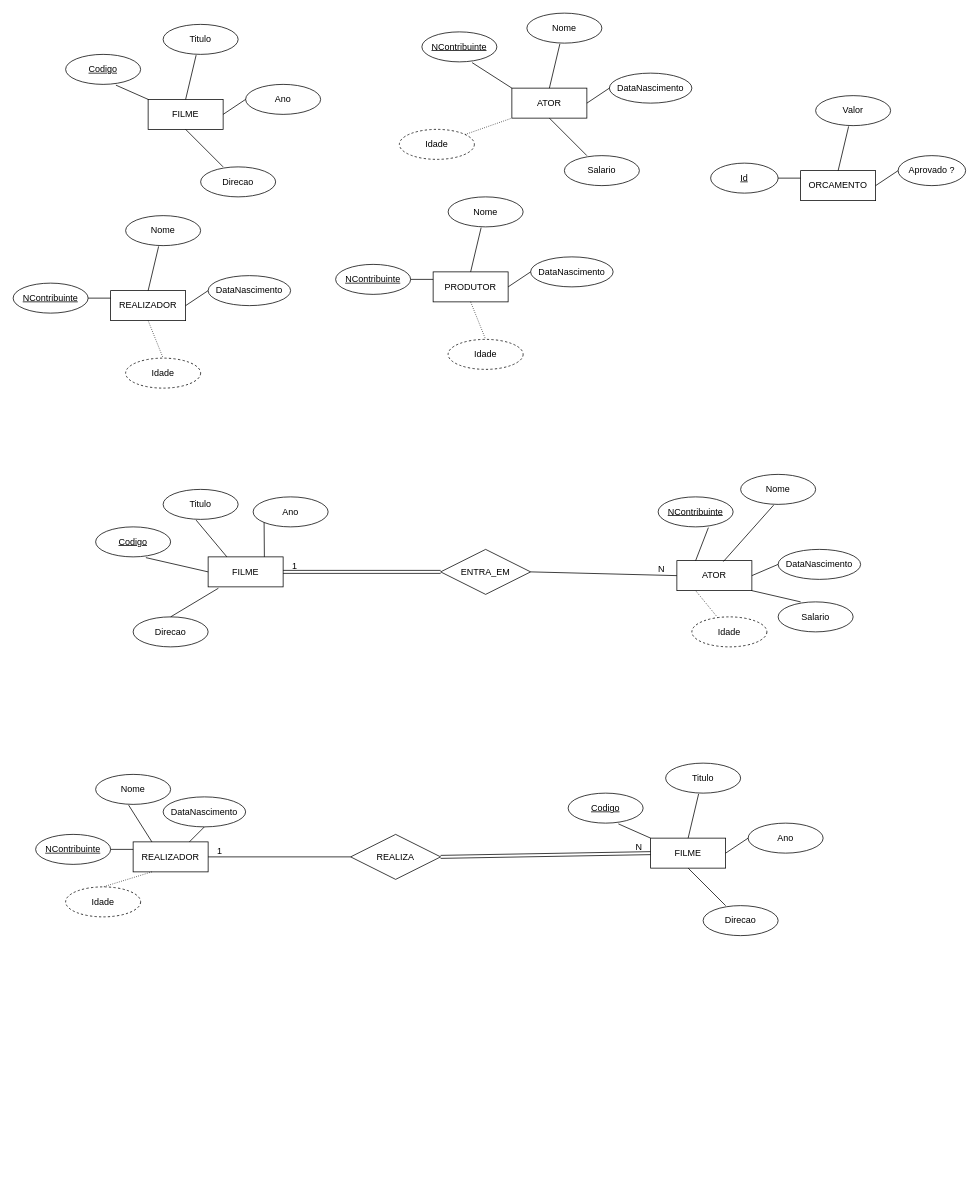
VascoMatos/diagramas keeps this draw.io diagram as DiagramaFilme.drawio. Above is the earlier version. Source tidied: cells renumbered, new cells numbered last; positions are measured from the earlier drawing's top-left corner, leaving out a move shared by most shapes. Both pictures are drawn from the tidied source at 75%, with x=0, y=0 at pixel (13, 13).
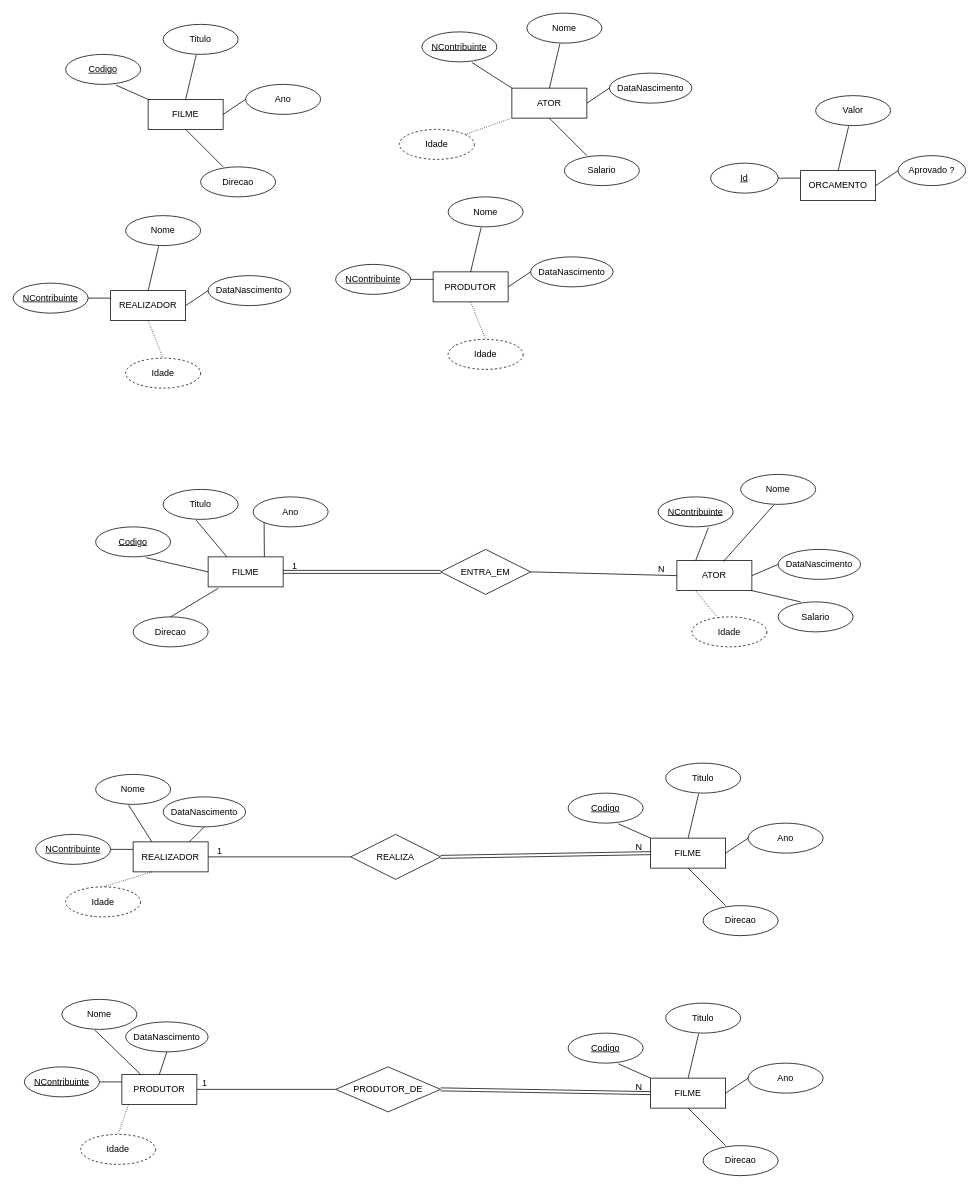
The same page after the edit.

Change to the diagram source:
```diff
@@
+    <mxCell id="95" value="PRODUTOR" style="whiteSpace=wrap;html=1;align=center;" parent="1" vertex="1">
+      <mxGeometry x="145" y="1415" width="100" height="40" as="geometry" />
+    </mxCell>
+    <mxCell id="96" value="Nome" style="ellipse;whiteSpace=wrap;html=1;align=center;" parent="1" vertex="1">
+      <mxGeometry x="65" y="1315" width="100" height="40" as="geometry" />
+    </mxCell>
+    <mxCell id="97" value="DataNascimento" style="ellipse;whiteSpace=wrap;html=1;align=center;" parent="1" vertex="1">
+      <mxGeometry x="150" y="1345" width="110" height="40" as="geometry" />
+    </mxCell>
+    <mxCell id="98" value="NContribuinte" style="ellipse;whiteSpace=wrap;html=1;align=center;fontStyle=4;" parent="1" vertex="1">
+      <mxGeometry x="15" y="1405" width="100" height="40" as="geometry" />
+    </mxCell>
+    <mxCell id="99" style="endArrow=none;html=1;rounded=0;exitX=1;exitY=0.5;exitDx=0;exitDy=0;entryX=0;entryY=0.25;entryDx=0;entryDy=0;" parent="1" edge="1" source="98" target="95">
+      <mxGeometry relative="1" as="geometry" />
+    </mxCell>
+    <mxCell id="100" style="endArrow=none;html=1;rounded=0;exitX=0.25;exitY=0;exitDx=0;exitDy=0;entryX=0.44;entryY=1.025;entryDx=0;entryDy=0;entryPerimeter=0;" parent="1" edge="1" source="95" target="96">
+      <mxGeometry relative="1" as="geometry" />
+    </mxCell>
+    <mxCell id="101" style="endArrow=none;html=1;rounded=0;exitX=0.5;exitY=0;exitDx=0;exitDy=0;entryX=0.5;entryY=1;entryDx=0;entryDy=0;" parent="1" edge="1" source="95" target="97">
+      <mxGeometry relative="1" as="geometry" />
+    </mxCell>
+    <mxCell id="102" value="Idade" style="ellipse;whiteSpace=wrap;html=1;align=center;dashed=1;" parent="1" vertex="1">
+      <mxGeometry x="90" y="1495" width="100" height="40" as="geometry" />
+    </mxCell>
+    <mxCell id="103" style="endArrow=none;html=1;rounded=0;dashed=1;dashPattern=1 2;entryX=0.5;entryY=0;entryDx=0;entryDy=0;exitX=0.087;exitY=1.017;exitDx=0;exitDy=0;exitPerimeter=0;" parent="1" edge="1" source="95" target="102">
+      <mxGeometry relative="1" as="geometry" />
+    </mxCell>
+    <mxCell id="104" value="PRODUTOR_DE" style="shape=rhombus;perimeter=rhombusPerimeter;whiteSpace=wrap;html=1;align=center;" parent="1" vertex="1">
+      <mxGeometry x="430" y="1405" width="140" height="60" as="geometry" />
+    </mxCell>
+    <mxCell id="105" style="endArrow=none;html=1;rounded=0;entryX=0;entryY=0.5;entryDx=0;entryDy=0;exitX=1;exitY=0.5;exitDx=0;exitDy=0;" parent="1" edge="1" source="95" target="104">
+      <mxGeometry relative="1" as="geometry" />
+    </mxCell>
+    <mxCell id="106" value="1" style="html=1;whiteSpace=wrap;align=right;verticalAlign=bottom;" parent="105" vertex="1">
+      <mxGeometry x="1" relative="1" as="geometry">
+        <mxPoint x="-170" as="offset" />
+      </mxGeometry>
+    </mxCell>
+    <mxCell id="107" value="FILME" style="whiteSpace=wrap;html=1;align=center;" parent="1" vertex="1">
+      <mxGeometry x="850" y="1420" width="100" height="40" as="geometry" />
+    </mxCell>
+    <mxCell id="108" value="Titulo" style="ellipse;whiteSpace=wrap;html=1;align=center;" parent="1" vertex="1">
+      <mxGeometry x="870" y="1320" width="100" height="40" as="geometry" />
+    </mxCell>
+    <mxCell id="109" value="Ano" style="ellipse;whiteSpace=wrap;html=1;align=center;" parent="1" vertex="1">
+      <mxGeometry x="980" y="1400" width="100" height="40" as="geometry" />
+    </mxCell>
+    <mxCell id="110" value="Direcao" style="ellipse;whiteSpace=wrap;html=1;align=center;" parent="1" vertex="1">
+      <mxGeometry x="920" y="1510" width="100" height="40" as="geometry" />
+    </mxCell>
+    <mxCell id="111" value="Codigo" style="ellipse;whiteSpace=wrap;html=1;align=center;fontStyle=4;" parent="1" vertex="1">
+      <mxGeometry x="740" y="1360" width="100" height="40" as="geometry" />
+    </mxCell>
+    <mxCell id="112" style="endArrow=none;html=1;rounded=0;exitX=0.67;exitY=1.025;exitDx=0;exitDy=0;exitPerimeter=0;entryX=0;entryY=0;entryDx=0;entryDy=0;" parent="1" edge="1" source="111" target="107">
+      <mxGeometry relative="1" as="geometry" />
+    </mxCell>
+    <mxCell id="113" style="endArrow=none;html=1;rounded=0;exitX=0.5;exitY=0;exitDx=0;exitDy=0;entryX=0.44;entryY=1.025;entryDx=0;entryDy=0;entryPerimeter=0;" parent="1" edge="1" source="107" target="108">
+      <mxGeometry relative="1" as="geometry" />
+    </mxCell>
+    <mxCell id="114" style="endArrow=none;html=1;rounded=0;exitX=1;exitY=0.5;exitDx=0;exitDy=0;entryX=0;entryY=0.5;entryDx=0;entryDy=0;" parent="1" edge="1" source="107" target="109">
+      <mxGeometry relative="1" as="geometry" />
+    </mxCell>
+    <mxCell id="115" style="endArrow=none;html=1;rounded=0;exitX=0.5;exitY=1;exitDx=0;exitDy=0;entryX=0.3;entryY=0;entryDx=0;entryDy=0;entryPerimeter=0;" parent="1" edge="1" source="107" target="110">
+      <mxGeometry relative="1" as="geometry" />
+    </mxCell>
+    <mxCell id="116" style="shape=link;html=1;rounded=0;exitX=1;exitY=0.5;exitDx=0;exitDy=0;entryX=0;entryY=0.5;entryDx=0;entryDy=0;" parent="1" edge="1" source="104" target="107">
+      <mxGeometry relative="1" as="geometry" />
+    </mxCell>
+    <mxCell id="117" value="N" style="html=1;whiteSpace=wrap;align=right;verticalAlign=bottom;" parent="116" vertex="1">
+      <mxGeometry x="1" relative="1" as="geometry">
+        <mxPoint x="-10" as="offset" />
+      </mxGeometry>
+    </mxCell>
```
